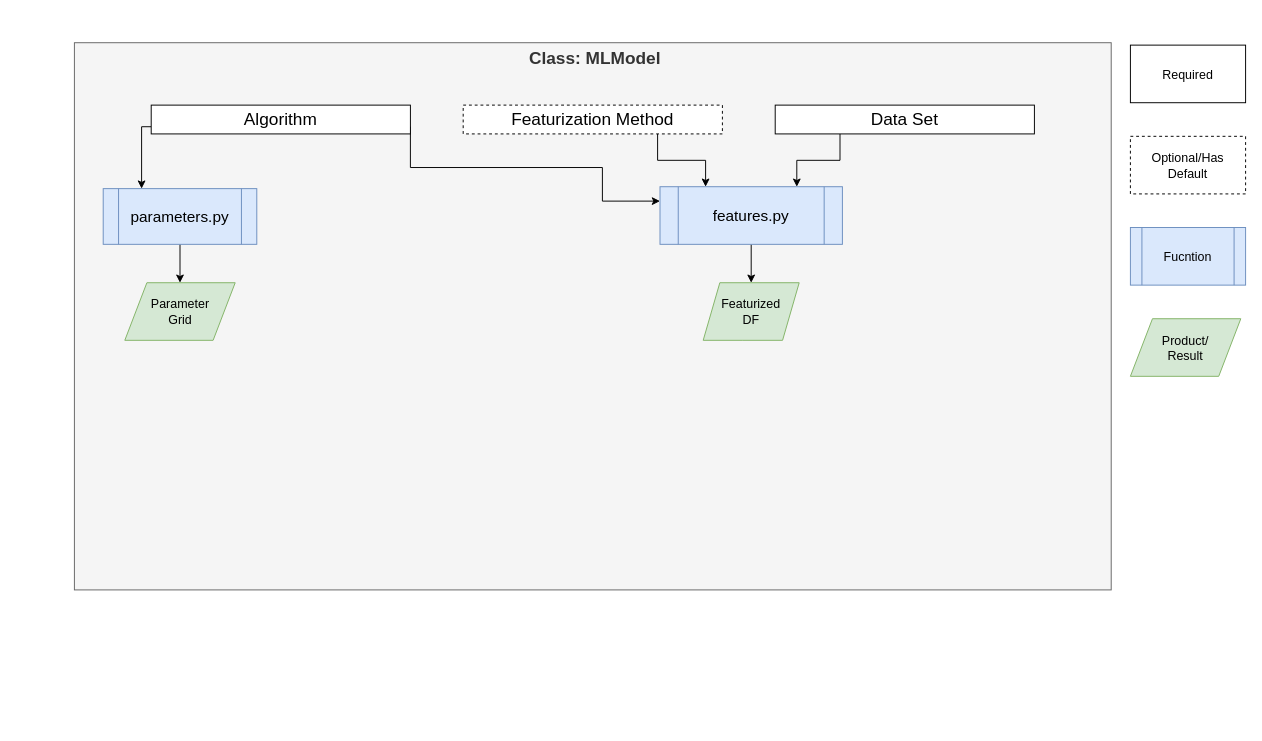
Before: page "Page-1" (1 of 2) of hte-models-overview.drawio in Dlux804/McQuade-Chem-ML, a draw.io diagram. Source tidied: cells renumbered, new cells numbered last; positions are measured from the earlier drawing's top-left corner, leaving out a move shared by most shapes. Both pictures are drawn from the tidied source at 96%, with x=0, y=0 at pixel (74, 42).
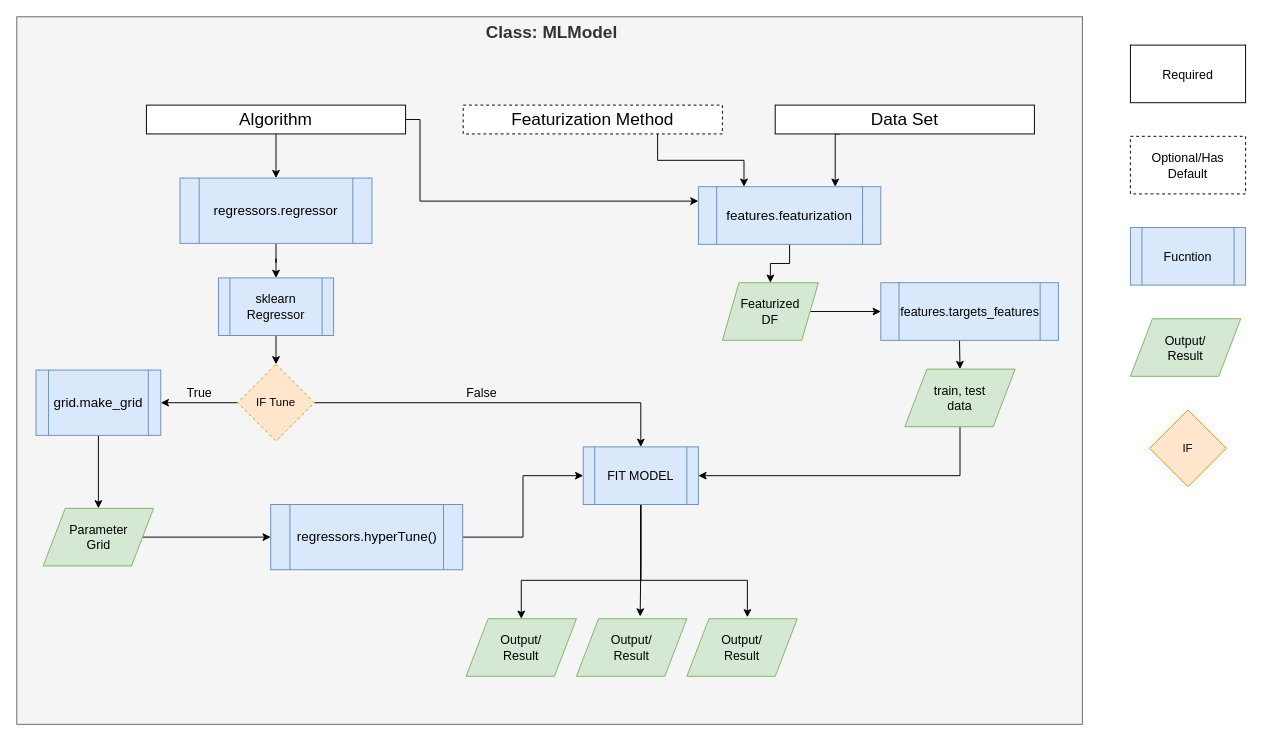
The same page after the edit.

The change refers to these unchanged cells:
```xml
<mxCell id="7" value="Data Set" style="rounded=0;whiteSpace=wrap;html=1;fontSize=18;" parent="1" vertex="1">
  <mxGeometry x="730" y="65" width="270" height="30" as="geometry" />
</mxCell>
```

The edit, as a diff of the source:
```diff
@@
     <mxCell id="2" value="&lt;div style=&quot;font-size: 18px;&quot;&gt;&amp;nbsp;Class: MLModel&lt;br style=&quot;font-size: 18px;&quot;&gt;&lt;/div&gt;" style="rounded=0;whiteSpace=wrap;html=1;fillColor=#f5f5f5;strokeColor=#666666;fontColor=#333333;verticalAlign=top;fontSize=18;fontStyle=1;" parent="1" vertex="1">
-      <mxGeometry width="1080" height="570" as="geometry" />
+      <mxGeometry x="-60" y="-27" width="1110" height="737" as="geometry" />
     </mxCell>
-    <mxCell id="3" style="edgeStyle=orthogonalEdgeStyle;rounded=0;jettySize=auto;html=1;exitX=1;exitY=0.75;exitDx=0;exitDy=0;entryX=0;entryY=0.25;entryDx=0;entryDy=0;fontSize=13;" parent="1" edge="1" source="5" target="11">
+    <mxCell id="3" style="edgeStyle=orthogonalEdgeStyle;rounded=0;jettySize=auto;html=1;exitX=1;exitY=0.5;exitDx=0;exitDy=0;entryX=0;entryY=0.25;entryDx=0;entryDy=0;fontSize=13;" parent="1" edge="1" source="5" target="11">
       <mxGeometry relative="1" as="geometry">
         <Array as="points">
-          <mxPoint x="350" y="130" />
-          <mxPoint x="550" y="130" />
-          <mxPoint x="550" y="165" />
+          <mxPoint x="360" y="80" />
+          <mxPoint x="360" y="165" />
         </Array>
       </mxGeometry>
     </mxCell>
-    <mxCell id="4" style="edgeStyle=orthogonalEdgeStyle;rounded=0;jettySize=auto;html=1;exitX=0;exitY=0.75;exitDx=0;exitDy=0;entryX=0.25;entryY=0;entryDx=0;entryDy=0;fontSize=16;" parent="1" edge="1" source="5" target="18">
-      <mxGeometry relative="1" as="geometry">
-        <Array as="points">
-          <mxPoint x="70" y="88" />
-        </Array>
-      </mxGeometry>
-    </mxCell>
+    <mxCell id="21" style="edgeStyle=orthogonalEdgeStyle;rounded=0;jettySize=auto;html=1;exitX=0.5;exitY=1;exitDx=0;exitDy=0;entryX=0.5;entryY=0;entryDx=0;entryDy=0;" parent="1" edge="1" source="5" target="26">
+      <mxGeometry relative="1" as="geometry" />
+    </mxCell>
     <mxCell id="5" value="Algorithm" style="rounded=0;whiteSpace=wrap;html=1;fontSize=18;" parent="1" vertex="1">
-      <mxGeometry x="80" y="65" width="270" height="30" as="geometry" />
+      <mxGeometry x="75" y="65" width="270" height="30" as="geometry" />
     </mxCell>
     <mxCell id="6" style="edgeStyle=orthogonalEdgeStyle;rounded=0;jettySize=auto;html=1;exitX=0.25;exitY=1;exitDx=0;exitDy=0;entryX=0.75;entryY=0;entryDx=0;entryDy=0;fontSize=18;" parent="1" edge="1" source="7" target="11">
-      <mxGeometry relative="1" as="geometry" />
+      <mxGeometry relative="1" as="geometry">
+        <Array as="points">
+          <mxPoint x="792" y="95" />
+        </Array>
+      </mxGeometry>
     </mxCell>
@@
-    <mxCell id="11" value="&lt;font style=&quot;font-size: 16px&quot;&gt;features.py&lt;/font&gt;" style="shape=process;whiteSpace=wrap;html=1;backgroundOutline=1;fontSize=18;fillColor=#dae8fc;strokeColor=#6c8ebf;" parent="1" vertex="1">
-      <mxGeometry x="610" y="150" width="190" height="60" as="geometry" />
+    <mxCell id="11" value="&lt;font style=&quot;font-size: 14px;&quot;&gt;features.featurization&lt;/font&gt;" style="shape=process;whiteSpace=wrap;html=1;backgroundOutline=1;fontSize=14;fillColor=#dae8fc;strokeColor=#6c8ebf;" parent="1" vertex="1">
+      <mxGeometry x="650" y="150" width="190" height="60" as="geometry" />
     </mxCell>
+    <mxCell id="22" style="edgeStyle=orthogonalEdgeStyle;rounded=0;jettySize=auto;html=1;exitX=1;exitY=0.5;exitDx=0;exitDy=0;entryX=0;entryY=0.5;entryDx=0;entryDy=0;labelBackgroundColor=none;fontSize=14;" parent="1" edge="1" source="12" target="36">
+      <mxGeometry relative="1" as="geometry" />
+    </mxCell>
     <mxCell id="12" value="&lt;div&gt;Featurized &lt;br&gt;&lt;/div&gt;&lt;div&gt;DF&lt;/div&gt;" style="shape=parallelogram;html=1;strokeWidth=1;perimeter=parallelogramPerimeter;rounded=1;arcSize=0;size=0.17333333333333334;fontSize=13;whiteSpace=wrap;fillColor=#d5e8d4;strokeColor=#82B366;" parent="1" vertex="1">
-      <mxGeometry x="655" y="250" width="100" height="60" as="geometry" />
+      <mxGeometry x="675" y="250" width="100" height="60" as="geometry" />
     </mxCell>
@@
+    <mxCell id="23" style="edgeStyle=orthogonalEdgeStyle;rounded=0;jettySize=auto;html=1;exitX=0.5;exitY=1;exitDx=0;exitDy=0;entryX=1;entryY=0.5;entryDx=0;entryDy=0;labelBackgroundColor=none;fontSize=14;" parent="1" edge="1" source="16" target="41">
+      <mxGeometry relative="1" as="geometry" />
+    </mxCell>
-    <mxCell id="16" value="&lt;div&gt;Product/&lt;/div&gt;&lt;div&gt;Result&lt;/div&gt;" style="shape=parallelogram;perimeter=parallelogramPerimeter;whiteSpace=wrap;html=1;dashed=0;strokeColor=#82b366;strokeWidth=1;fontSize=13;fillColor=#d5e8d4;" parent="1" vertex="1">
-      <mxGeometry x="1100" y="287.5" width="115" height="60" as="geometry" />
+    <mxCell id="16" value="&lt;div&gt;train, test&lt;/div&gt;&lt;div&gt;data&lt;br&gt;&lt;/div&gt;" style="shape=parallelogram;perimeter=parallelogramPerimeter;whiteSpace=wrap;html=1;dashed=0;strokeColor=#82b366;strokeWidth=1;fontSize=13;fillColor=#d5e8d4;" parent="1" vertex="1">
+      <mxGeometry x="865" y="340" width="115" height="60" as="geometry" />
     </mxCell>
-    <mxCell id="17" style="edgeStyle=orthogonalEdgeStyle;rounded=0;jettySize=auto;html=1;exitX=0.5;exitY=1;exitDx=0;exitDy=0;entryX=0.5;entryY=0;entryDx=0;entryDy=0;fontSize=16;" parent="1" edge="1" source="18" target="20">
+    <mxCell id="17" style="edgeStyle=orthogonalEdgeStyle;rounded=0;jettySize=auto;html=1;exitX=0.5;exitY=1;exitDx=0;exitDy=0;entryX=0.5;entryY=0;entryDx=0;entryDy=0;labelBackgroundColor=none;fontSize=13;" parent="1" edge="1" source="18" target="20">
       <mxGeometry relative="1" as="geometry" />
     </mxCell>
-    <mxCell id="18" value="parameters.py" style="shape=process;whiteSpace=wrap;html=1;backgroundOutline=1;strokeColor=#6c8ebf;strokeWidth=1;fontSize=16;fillColor=#dae8fc;" parent="1" vertex="1">
-      <mxGeometry x="30" y="152" width="160" height="58" as="geometry" />
+    <mxCell id="18" value="grid.make_grid" style="shape=process;whiteSpace=wrap;html=1;backgroundOutline=1;strokeColor=#6c8ebf;strokeWidth=1;fontSize=14;fillColor=#dae8fc;" parent="1" vertex="1">
+      <mxGeometry x="-40" y="341" width="130" height="68" as="geometry" />
     </mxCell>
-    <mxCell id="19" style="edgeStyle=orthogonalEdgeStyle;rounded=0;orthogonalLoop=1;jettySize=auto;html=1;exitX=0.5;exitY=1;exitDx=0;exitDy=0;fontSize=16;" parent="1" edge="1" source="18" target="18">
-      <mxGeometry relative="1" as="geometry" />
-    </mxCell>
+    <mxCell id="24" style="edgeStyle=orthogonalEdgeStyle;rounded=0;jettySize=auto;html=1;exitX=1;exitY=0.5;exitDx=0;exitDy=0;entryX=0;entryY=0.5;entryDx=0;entryDy=0;labelBackgroundColor=none;fontSize=14;" parent="1" edge="1" source="20" target="34">
+      <mxGeometry relative="1" as="geometry" />
+    </mxCell>
     <mxCell id="20" value="&lt;div&gt;Parameter&lt;/div&gt;&lt;div&gt;Grid&lt;br&gt;&lt;/div&gt;" style="shape=parallelogram;perimeter=parallelogramPerimeter;whiteSpace=wrap;html=1;dashed=0;strokeColor=#82b366;strokeWidth=1;fontSize=13;fillColor=#d5e8d4;" parent="1" vertex="1">
-      <mxGeometry x="52.5" y="250" width="115" height="60" as="geometry" />
+      <mxGeometry x="-32.5" y="485" width="115" height="60" as="geometry" />
     </mxCell>
+    <mxCell id="25" style="edgeStyle=orthogonalEdgeStyle;rounded=0;jettySize=auto;html=1;exitX=0.5;exitY=1;exitDx=0;exitDy=0;" parent="1" edge="1" source="26" target="28">
+      <mxGeometry relative="1" as="geometry" />
+    </mxCell>
+    <mxCell id="26" value="&lt;font style=&quot;font-size: 14px;&quot;&gt;regressors.regressor&lt;/font&gt;" style="shape=process;whiteSpace=wrap;html=1;backgroundOutline=1;strokeColor=#6c8ebf;strokeWidth=1;fontSize=14;fillColor=#dae8fc;" parent="1" vertex="1">
+      <mxGeometry x="110" y="141" width="200" height="68" as="geometry" />
+    </mxCell>
+    <mxCell id="27" style="edgeStyle=orthogonalEdgeStyle;rounded=0;jettySize=auto;html=1;exitX=0.5;exitY=1;exitDx=0;exitDy=0;entryX=0.5;entryY=0;entryDx=0;entryDy=0;labelBackgroundColor=none;fontSize=14;" parent="1" edge="1" source="28" target="32">
+      <mxGeometry relative="1" as="geometry" />
+    </mxCell>
+    <mxCell id="28" value="sklearn Regressor" style="shape=process;whiteSpace=wrap;html=1;backgroundOutline=1;strokeColor=#6c8ebf;strokeWidth=1;fontSize=13;fillColor=#dae8fc;" parent="1" vertex="1">
+      <mxGeometry x="150" y="245" width="120" height="60" as="geometry" />
+    </mxCell>
+    <mxCell id="29" value="IF" style="rhombus;whiteSpace=wrap;html=1;fillColor=#ffe6cc;strokeColor=#d79b00;" parent="1" vertex="1">
+      <mxGeometry x="1120" y="382.5" width="80" height="80" as="geometry" />
+    </mxCell>
+    <mxCell id="30" value="True" style="edgeStyle=orthogonalEdgeStyle;rounded=0;jettySize=auto;html=1;exitX=0;exitY=0.5;exitDx=0;exitDy=0;entryX=1;entryY=0.5;entryDx=0;entryDy=0;labelBackgroundColor=none;fontSize=13;" parent="1" edge="1" source="32" target="18">
+      <mxGeometry y="-10" relative="1" as="geometry" />
+    </mxCell>
+    <mxCell id="31" value="False" style="edgeStyle=orthogonalEdgeStyle;rounded=0;jettySize=auto;html=1;exitX=1;exitY=0.5;exitDx=0;exitDy=0;entryX=0.5;entryY=0;entryDx=0;entryDy=0;labelBackgroundColor=none;fontSize=13;" parent="1" edge="1" source="32" target="41">
+      <mxGeometry x="-0.1" y="10" relative="1" as="geometry" />
+    </mxCell>
+    <mxCell id="32" value="IF Tune" style="rhombus;whiteSpace=wrap;html=1;fillColor=#ffe6cc;strokeColor=#d79b00;dashed=1;" parent="1" vertex="1">
+      <mxGeometry x="170" y="335" width="80" height="80" as="geometry" />
+    </mxCell>
+    <mxCell id="33" style="edgeStyle=orthogonalEdgeStyle;rounded=0;jettySize=auto;html=1;exitX=1;exitY=0.5;exitDx=0;exitDy=0;entryX=0;entryY=0.5;entryDx=0;entryDy=0;labelBackgroundColor=none;fontSize=14;" parent="1" edge="1" source="34" target="41">
+      <mxGeometry relative="1" as="geometry" />
+    </mxCell>
+    <mxCell id="34" value="&lt;font style=&quot;font-size: 14px;&quot;&gt;regressors.hyperTune()&lt;/font&gt;" style="shape=process;whiteSpace=wrap;html=1;backgroundOutline=1;strokeColor=#6c8ebf;strokeWidth=1;fontSize=14;fillColor=#dae8fc;" parent="1" vertex="1">
+      <mxGeometry x="204.5" y="481" width="200" height="68" as="geometry" />
+    </mxCell>
+    <mxCell id="35" style="edgeStyle=orthogonalEdgeStyle;rounded=0;jettySize=auto;html=1;entryX=0.5;entryY=0;entryDx=0;entryDy=0;labelBackgroundColor=none;fontSize=14;" parent="1" edge="1" target="16">
+      <mxGeometry relative="1" as="geometry">
+        <mxPoint x="922" y="310" as="sourcePoint" />
+      </mxGeometry>
+    </mxCell>
+    <mxCell id="36" value="features.targets_features" style="shape=process;whiteSpace=wrap;html=1;backgroundOutline=1;strokeColor=#6c8ebf;strokeWidth=1;fontSize=13;fillColor=#dae8fc;" parent="1" vertex="1">
+      <mxGeometry x="840" y="250" width="185" height="60" as="geometry" />
+    </mxCell>
+    <mxCell id="37" value="&lt;div&gt;Output/&lt;/div&gt;&lt;div&gt;Result&lt;br&gt;&lt;/div&gt;" style="shape=parallelogram;perimeter=parallelogramPerimeter;whiteSpace=wrap;html=1;dashed=0;strokeColor=#82b366;strokeWidth=1;fontSize=13;fillColor=#d5e8d4;" parent="1" vertex="1">
+      <mxGeometry x="1100" y="287.5" width="115" height="60" as="geometry" />
+    </mxCell>
+    <mxCell id="38" style="edgeStyle=orthogonalEdgeStyle;rounded=0;jettySize=auto;html=1;exitX=0.5;exitY=1;exitDx=0;exitDy=0;entryX=0.5;entryY=0;entryDx=0;entryDy=0;labelBackgroundColor=none;fontSize=13;" parent="1" edge="1" source="41" target="42">
+      <mxGeometry relative="1" as="geometry">
+        <Array as="points">
+          <mxPoint x="590" y="560" />
+          <mxPoint x="466" y="560" />
+        </Array>
+      </mxGeometry>
+    </mxCell>
+    <mxCell id="39" style="edgeStyle=orthogonalEdgeStyle;rounded=0;jettySize=auto;html=1;exitX=0.5;exitY=1;exitDx=0;exitDy=0;entryX=0.577;entryY=-0.039;entryDx=0;entryDy=0;entryPerimeter=0;labelBackgroundColor=none;fontSize=13;" parent="1" edge="1" source="41" target="44">
+      <mxGeometry relative="1" as="geometry" />
+    </mxCell>
+    <mxCell id="40" style="edgeStyle=orthogonalEdgeStyle;rounded=0;jettySize=auto;html=1;exitX=0.5;exitY=1;exitDx=0;exitDy=0;entryX=0.548;entryY=-0.025;entryDx=0;entryDy=0;entryPerimeter=0;labelBackgroundColor=none;fontSize=13;" parent="1" edge="1" source="41" target="43">
+      <mxGeometry relative="1" as="geometry">
+        <Array as="points">
+          <mxPoint x="590" y="560" />
+          <mxPoint x="701" y="560" />
+        </Array>
+      </mxGeometry>
+    </mxCell>
+    <mxCell id="41" value="FIT MODEL" style="shape=process;whiteSpace=wrap;html=1;backgroundOutline=1;strokeColor=#6c8ebf;strokeWidth=1;fontSize=13;fillColor=#dae8fc;" parent="1" vertex="1">
+      <mxGeometry x="530" y="421" width="120" height="60" as="geometry" />
+    </mxCell>
+    <mxCell id="42" value="&lt;div&gt;Output/&lt;/div&gt;&lt;div&gt;Result&lt;br&gt;&lt;/div&gt;" style="shape=parallelogram;perimeter=parallelogramPerimeter;whiteSpace=wrap;html=1;dashed=0;strokeColor=#82b366;strokeWidth=1;fontSize=13;fillColor=#d5e8d4;" parent="1" vertex="1">
+      <mxGeometry x="408" y="600" width="115" height="60" as="geometry" />
+    </mxCell>
+    <mxCell id="43" value="&lt;div&gt;Output/&lt;/div&gt;&lt;div&gt;Result&lt;br&gt;&lt;/div&gt;" style="shape=parallelogram;perimeter=parallelogramPerimeter;whiteSpace=wrap;html=1;dashed=0;strokeColor=#82b366;strokeWidth=1;fontSize=13;fillColor=#d5e8d4;" parent="1" vertex="1">
+      <mxGeometry x="638" y="600" width="115" height="60" as="geometry" />
+    </mxCell>
+    <mxCell id="44" value="&lt;div&gt;Output/&lt;/div&gt;&lt;div&gt;Result&lt;br&gt;&lt;/div&gt;" style="shape=parallelogram;perimeter=parallelogramPerimeter;whiteSpace=wrap;html=1;dashed=0;strokeColor=#82b366;strokeWidth=1;fontSize=13;fillColor=#d5e8d4;" parent="1" vertex="1">
+      <mxGeometry x="523" y="600" width="115" height="60" as="geometry" />
+    </mxCell>
```
